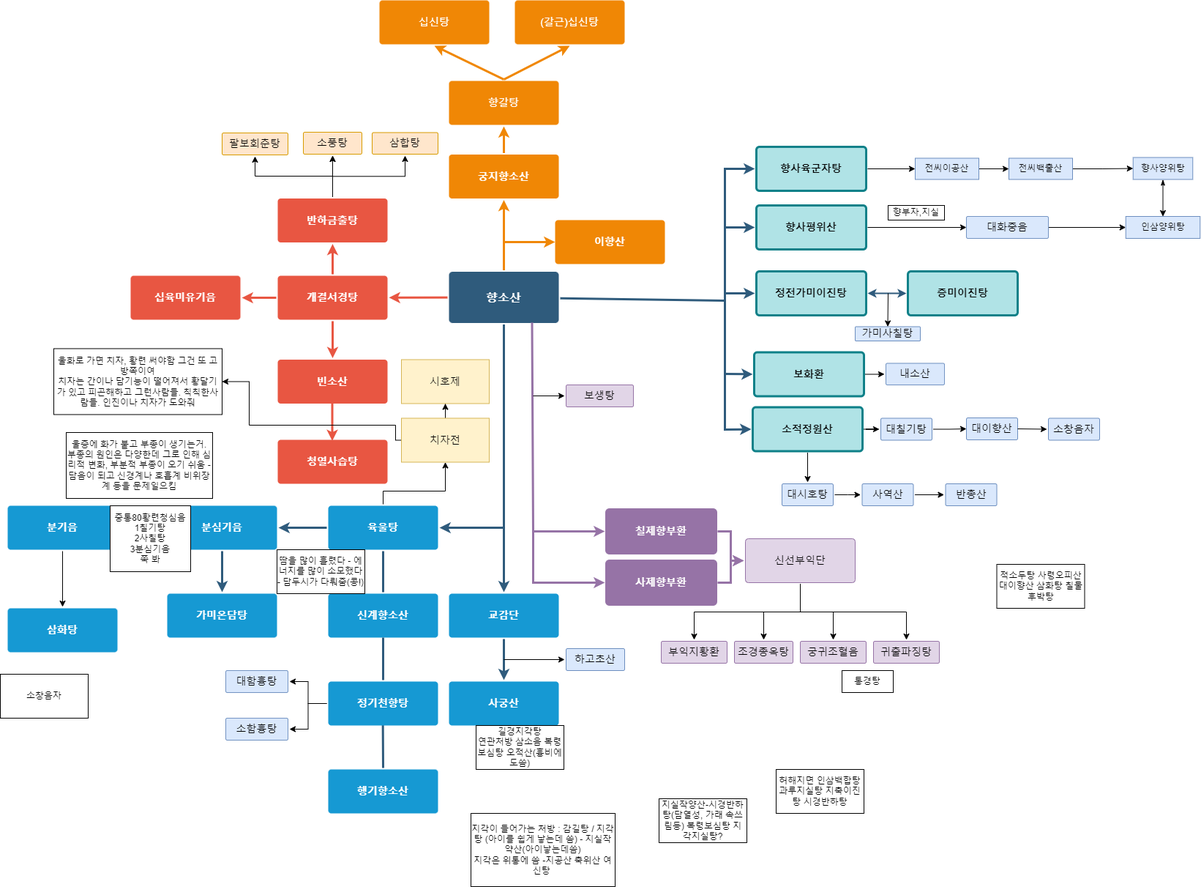
This is 향소산플로우차트.drawio.png from Jinzin71/sparta, a draw.io export, as it was before one commit. Source tidied: cells renumbered, new cells last; positions are measured from the earlier drawing's top-left corner, leaving out a move shared by most shapes.
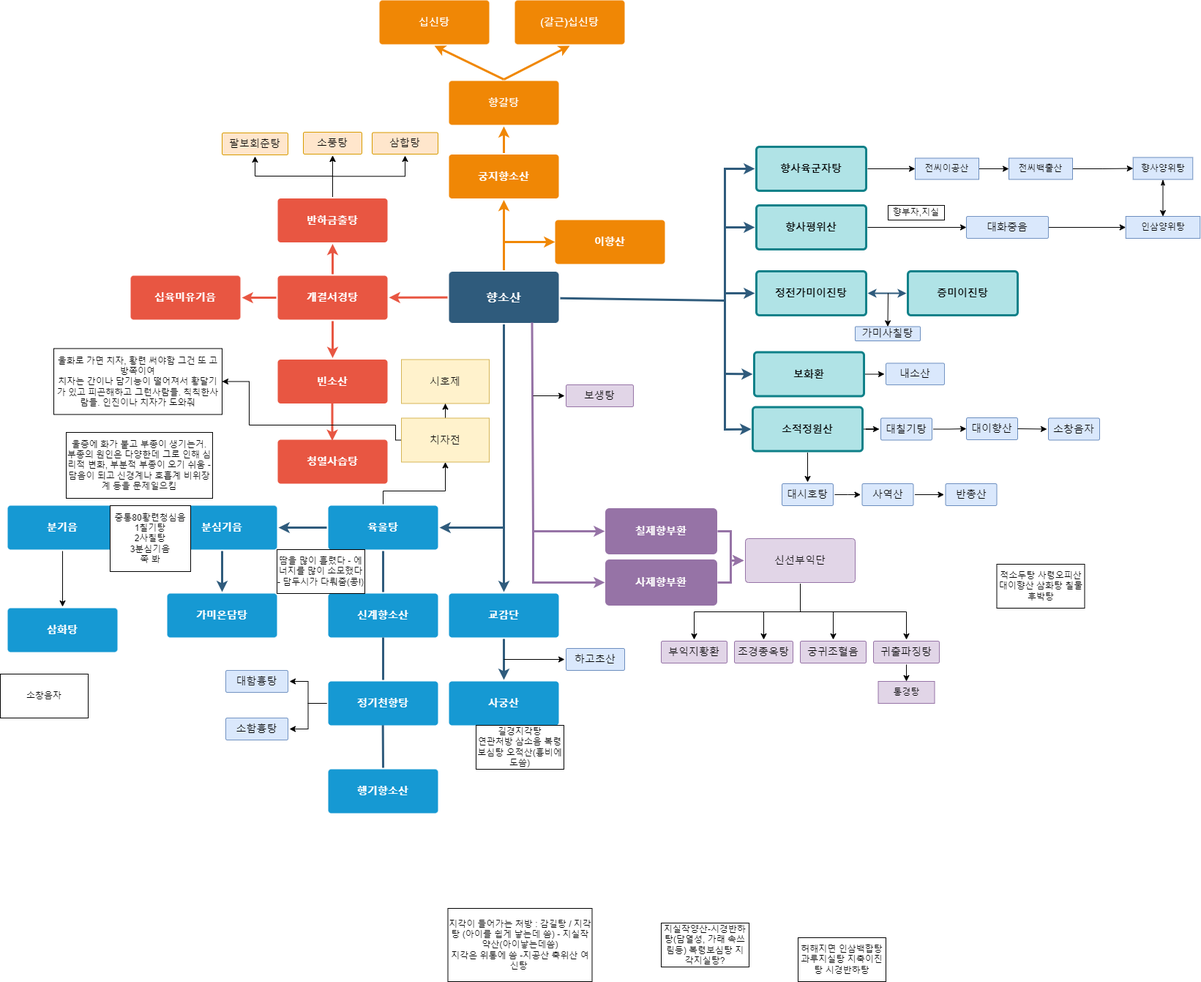
After the change.

Commit message:
향소산플로우차트.drawio.png 업데이트

What changed in the source:
```diff
@@ -328,6 +328,9 @@
     <mxCell id="80" value="신선부익단" style="rounded=1;whiteSpace=wrap;html=1;shadow=0;labelBackgroundColor=none;strokeColor=#9673a6;strokeWidth=1;fillColor=#e1d5e7;fontFamily=Helvetica;fontSize=14;align=center;spacing=5;fontStyle=0;arcSize=7;perimeterSpacing=2;" parent="1" vertex="1">
       <mxGeometry x="1018" y="735" width="150" height="60" as="geometry" />
     </mxCell>
+    <mxCell id="130" style="edgeStyle=orthogonalEdgeStyle;rounded=0;jettySize=auto;html=1;" parent="1" edge="1" source="81" target="101">
+      <mxGeometry relative="1" as="geometry" />
+    </mxCell>
     <mxCell id="81" value="귀출파징탕" style="rounded=1;whiteSpace=wrap;html=1;shadow=0;labelBackgroundColor=none;strokeColor=#9673a6;strokeWidth=1;fillColor=#e1d5e7;fontFamily=Helvetica;fontSize=14;align=center;spacing=5;fontStyle=0;arcSize=7;perimeterSpacing=2;" parent="1" vertex="1">
       <mxGeometry x="1193" y="875" width="90" height="30" as="geometry" />
     </mxCell>
@@ -400,20 +403,20 @@
     <mxCell id="100" value="적소두탕 사령오피산 대이향산 삼화탕 칠물후박탕" style="whiteSpace=wrap;html=1;" parent="1" vertex="1">
       <mxGeometry x="1361.5" y="770" width="120" height="60" as="geometry" />
     </mxCell>
-    <mxCell id="101" value="통경탕" style="whiteSpace=wrap;html=1;" parent="1" vertex="1">
-      <mxGeometry x="1150" y="915" width="70" height="30" as="geometry" />
+    <mxCell id="101" value="통경탕" style="whiteSpace=wrap;html=1;fillColor=#e1d5e7;strokeColor=#9673a6;" parent="1" vertex="1">
+      <mxGeometry x="1199.5" y="930" width="77" height="30" as="geometry" />
     </mxCell>
     <mxCell id="102" value="길경지각탕&lt;br&gt;연관처방 삼소음 복령보심탕 오적산(흉비에도씀)" style="whiteSpace=wrap;html=1;" parent="1" vertex="1">
       <mxGeometry x="650" y="990" width="120" height="60" as="geometry" />
     </mxCell>
     <mxCell id="103" value="지각이 들어가는 처방 : 감길탕 / 지각탕 (아이를 쉽게 낳는데 씀) - 지실작약산(아이낳는데씀)&lt;br&gt;지각은 위통에 씀 -지공산 축위산 여신탕&amp;nbsp;" style="whiteSpace=wrap;html=1;" parent="1" vertex="1">
-      <mxGeometry x="643" y="1110" width="197" height="100" as="geometry" />
+      <mxGeometry x="611.5" y="1240" width="197" height="100" as="geometry" />
     </mxCell>
     <mxCell id="104" value="지실작양산-시경반하탕(담열성, 가래 속쓰림등) 복령보심탕 지각지실탕?" style="whiteSpace=wrap;html=1;" parent="1" vertex="1">
-      <mxGeometry x="900" y="1090" width="120" height="60" as="geometry" />
+      <mxGeometry x="903" y="1260" width="120" height="60" as="geometry" />
     </mxCell>
     <mxCell id="105" value="허해지면 인삼백합탕 과루지실탕 지축이진탕 시경반하탕" style="whiteSpace=wrap;html=1;" parent="1" vertex="1">
-      <mxGeometry x="1060" y="1050" width="120" height="60" as="geometry" />
+      <mxGeometry x="1090" y="1280" width="120" height="60" as="geometry" />
     </mxCell>
     <mxCell id="106" value="울화로 가면 치자, 황련 써야함 그건 또 고방쪽이여&lt;br&gt;치자는 간이나 담기능이 떨어져서 황달기가 있고 피곤해하고 그런사람들. 칙칙한사람들. 인진이나 치자가 도와줘" style="whiteSpace=wrap;html=1;" parent="1" vertex="1">
       <mxGeometry x="73" y="475.5" width="230" height="90" as="geometry" />
```
